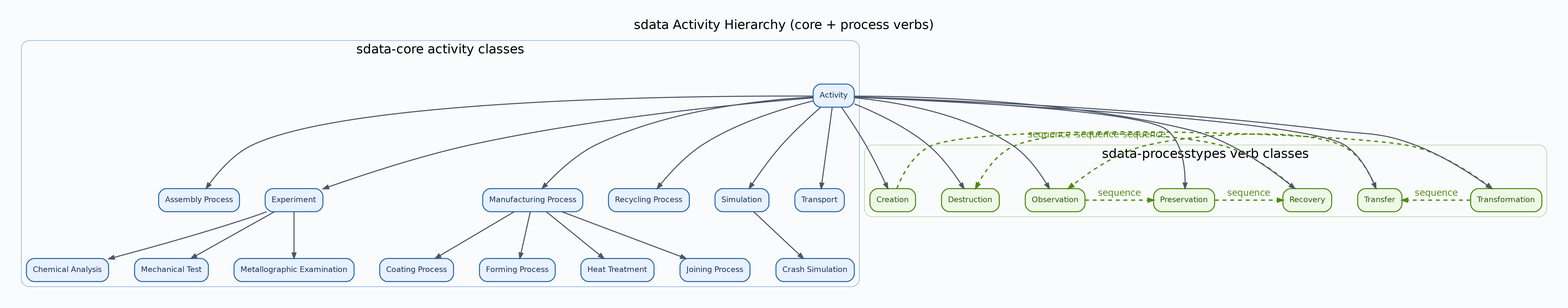
The Graphviz diagram docs/diagrams/sdata-process-dual-hierarchy.png in lepy/sdata-ontology, before a commit. Its source is kept beside it as docs/diagrams/sdata-process-dual-hierarchy.dot.
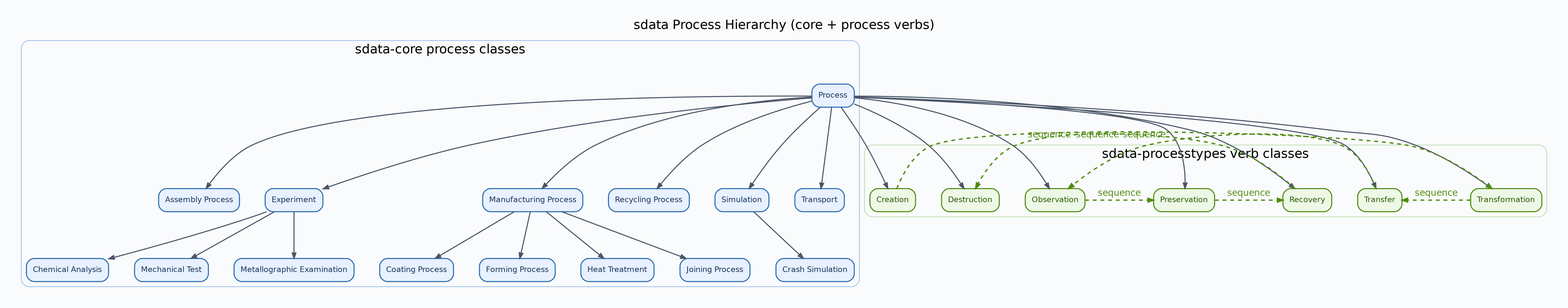
The same file after the commit.

What changed in the source:
```diff
@@ -2,7 +2,7 @@
 	graph [bgcolor="#FAFBFC",
 		fontname=Helvetica,
 		fontsize=20,
-		label="sdata Activity Hierarchy (core + process verbs)",
+		label="sdata Process Hierarchy (core + process verbs)",
 		labeljust=c,
 		labelloc=t,
 		newrank=true,
@@ -26,49 +26,11 @@
 		fontname=Helvetica,
 		penwidth=1.6
 	];
-	subgraph cluster_activity_proc {
-		graph [color="#B6D7A8",
-			label="sdata-processtypes verb classes",
+	subgraph cluster_process_core {
+		graph [color="#90B5E8",
+			label="sdata-core process classes",
 			style=rounded
 		];
-		"https://w3id.org/sdata/core/Creation"	[color="#4F8A10",
-			fillcolor="#EEF8E7",
-			fontcolor="#2F5D08",
-			label=Creation];
-		"https://w3id.org/sdata/core/Destruction"	[color="#4F8A10",
-			fillcolor="#EEF8E7",
-			fontcolor="#2F5D08",
-			label=Destruction];
-		"https://w3id.org/sdata/core/Observation"	[color="#4F8A10",
-			fillcolor="#EEF8E7",
-			fontcolor="#2F5D08",
-			label=Observation];
-		"https://w3id.org/sdata/core/Preservation"	[color="#4F8A10",
-			fillcolor="#EEF8E7",
-			fontcolor="#2F5D08",
-			label=Preservation];
-		"https://w3id.org/sdata/core/Recovery"	[color="#4F8A10",
-			fillcolor="#EEF8E7",
-			fontcolor="#2F5D08",
-			label=Recovery];
-		"https://w3id.org/sdata/core/Transfer"	[color="#4F8A10",
-			fillcolor="#EEF8E7",
-			fontcolor="#2F5D08",
-			label=Transfer];
-		"https://w3id.org/sdata/core/Transformation"	[color="#4F8A10",
-			fillcolor="#EEF8E7",
-			fontcolor="#2F5D08",
-			label=Transformation];
-	}
-	subgraph cluster_activity_core {
-		graph [color="#90B5E8",
-			label="sdata-core activity classes",
-			style=rounded
-		];
-		"https://w3id.org/sdata/core/Activity"	[color="#2B6CB0",
-			fillcolor="#E8F1FF",
-			fontcolor="#1A365D",
-			label=Activity];
 		"https://w3id.org/sdata/core/AssemblyProcess"	[color="#2B6CB0",
 			fillcolor="#E8F1FF",
 			fontcolor="#1A365D",
@@ -113,6 +75,10 @@
 			fillcolor="#E8F1FF",
 			fontcolor="#1A365D",
 			label="Metallographic Examination"];
+		"https://w3id.org/sdata/core/Process"	[color="#2B6CB0",
+			fillcolor="#E8F1FF",
+			fontcolor="#1A365D",
+			label=Process];
 		"https://w3id.org/sdata/core/RecyclingProcess"	[color="#2B6CB0",
 			fillcolor="#E8F1FF",
 			fontcolor="#1A365D",
@@ -126,19 +92,40 @@
 			fontcolor="#1A365D",
 			label=Transport];
 	}
-	"https://w3id.org/sdata/core/Activity" -> "https://w3id.org/sdata/core/AssemblyProcess";
-	"https://w3id.org/sdata/core/Activity" -> "https://w3id.org/sdata/core/Creation";
-	"https://w3id.org/sdata/core/Activity" -> "https://w3id.org/sdata/core/Destruction";
-	"https://w3id.org/sdata/core/Activity" -> "https://w3id.org/sdata/core/Experiment";
-	"https://w3id.org/sdata/core/Activity" -> "https://w3id.org/sdata/core/ManufacturingProcess";
-	"https://w3id.org/sdata/core/Activity" -> "https://w3id.org/sdata/core/Observation";
-	"https://w3id.org/sdata/core/Activity" -> "https://w3id.org/sdata/core/Preservation";
-	"https://w3id.org/sdata/core/Activity" -> "https://w3id.org/sdata/core/Recovery";
-	"https://w3id.org/sdata/core/Activity" -> "https://w3id.org/sdata/core/RecyclingProcess";
-	"https://w3id.org/sdata/core/Activity" -> "https://w3id.org/sdata/core/Simulation";
-	"https://w3id.org/sdata/core/Activity" -> "https://w3id.org/sdata/core/Transfer";
-	"https://w3id.org/sdata/core/Activity" -> "https://w3id.org/sdata/core/Transformation";
-	"https://w3id.org/sdata/core/Activity" -> "https://w3id.org/sdata/core/Transport";
+	subgraph cluster_process_proc {
+		graph [color="#B6D7A8",
+			label="sdata-processtypes verb classes",
+			style=rounded
+		];
+		"https://w3id.org/sdata/core/Creation"	[color="#4F8A10",
+			fillcolor="#EEF8E7",
+			fontcolor="#2F5D08",
+			label=Creation];
+		"https://w3id.org/sdata/core/Destruction"	[color="#4F8A10",
+			fillcolor="#EEF8E7",
+			fontcolor="#2F5D08",
+			label=Destruction];
+		"https://w3id.org/sdata/core/Observation"	[color="#4F8A10",
+			fillcolor="#EEF8E7",
+			fontcolor="#2F5D08",
+			label=Observation];
+		"https://w3id.org/sdata/core/Preservation"	[color="#4F8A10",
+			fillcolor="#EEF8E7",
+			fontcolor="#2F5D08",
+			label=Preservation];
+		"https://w3id.org/sdata/core/Recovery"	[color="#4F8A10",
+			fillcolor="#EEF8E7",
+			fontcolor="#2F5D08",
+			label=Recovery];
+		"https://w3id.org/sdata/core/Transfer"	[color="#4F8A10",
+			fillcolor="#EEF8E7",
+			fontcolor="#2F5D08",
+			label=Transfer];
+		"https://w3id.org/sdata/core/Transformation"	[color="#4F8A10",
+			fillcolor="#EEF8E7",
+			fontcolor="#2F5D08",
+			label=Transformation];
+	}
 	"https://w3id.org/sdata/core/Creation" -> "https://w3id.org/sdata/core/Transformation"	[color="#4F8A10",
 		constraint=false,
 		fontcolor="#4F8A10",
@@ -164,6 +151,19 @@
 		label=sequence,
 		penwidth=2.0,
 		style=dashed];
+	"https://w3id.org/sdata/core/Process" -> "https://w3id.org/sdata/core/AssemblyProcess";
+	"https://w3id.org/sdata/core/Process" -> "https://w3id.org/sdata/core/Creation";
+	"https://w3id.org/sdata/core/Process" -> "https://w3id.org/sdata/core/Destruction";
+	"https://w3id.org/sdata/core/Process" -> "https://w3id.org/sdata/core/Experiment";
+	"https://w3id.org/sdata/core/Process" -> "https://w3id.org/sdata/core/ManufacturingProcess";
+	"https://w3id.org/sdata/core/Process" -> "https://w3id.org/sdata/core/Observation";
+	"https://w3id.org/sdata/core/Process" -> "https://w3id.org/sdata/core/Preservation";
+	"https://w3id.org/sdata/core/Process" -> "https://w3id.org/sdata/core/Recovery";
+	"https://w3id.org/sdata/core/Process" -> "https://w3id.org/sdata/core/RecyclingProcess";
+	"https://w3id.org/sdata/core/Process" -> "https://w3id.org/sdata/core/Simulation";
+	"https://w3id.org/sdata/core/Process" -> "https://w3id.org/sdata/core/Transfer";
+	"https://w3id.org/sdata/core/Process" -> "https://w3id.org/sdata/core/Transformation";
+	"https://w3id.org/sdata/core/Process" -> "https://w3id.org/sdata/core/Transport";
 	"https://w3id.org/sdata/core/Recovery" -> "https://w3id.org/sdata/core/Destruction"	[color="#4F8A10",
 		constraint=false,
 		fontcolor="#4F8A10",
```
